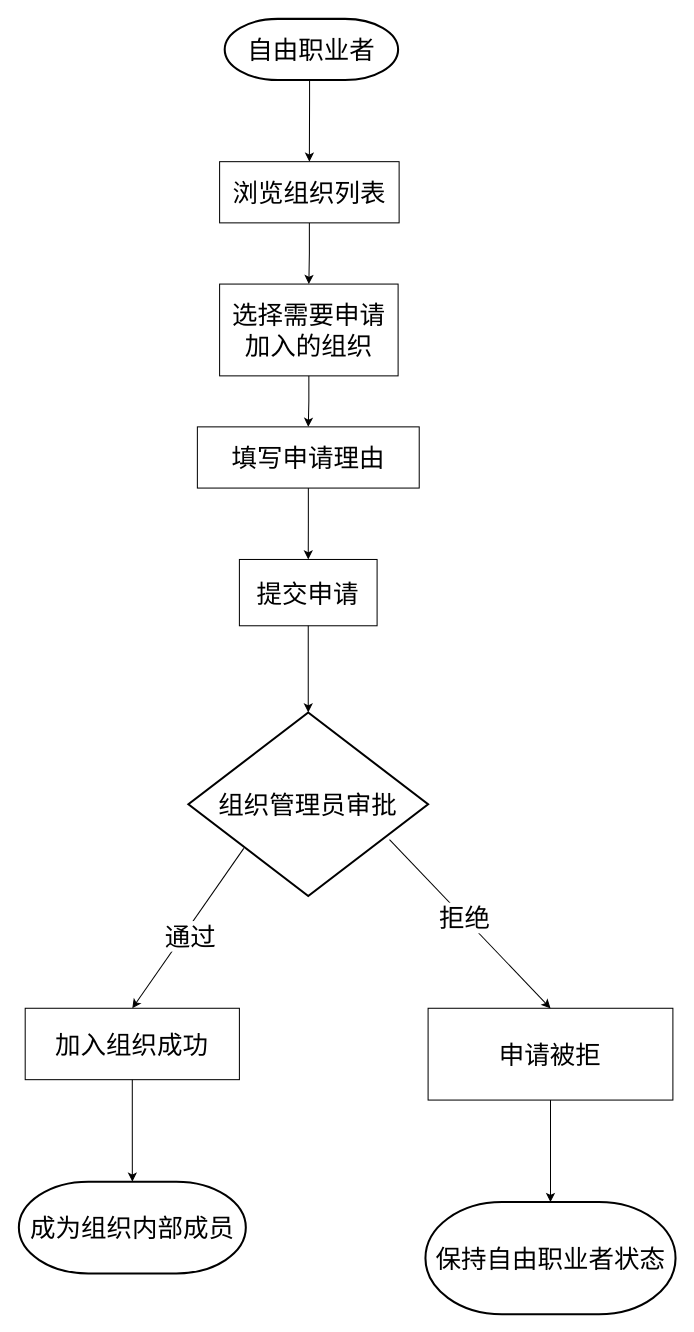
Before: 未命名绘图.drawio in weligood/git-demo, a draw.io diagram. Source tidied: cells renumbered, new cells numbered last; positions are measured from the earlier drawing's top-left corner, leaving out a move shared by most shapes. Both pictures are drawn from the tidied source at 102%, with x=0, y=0 at pixel (18, 18).
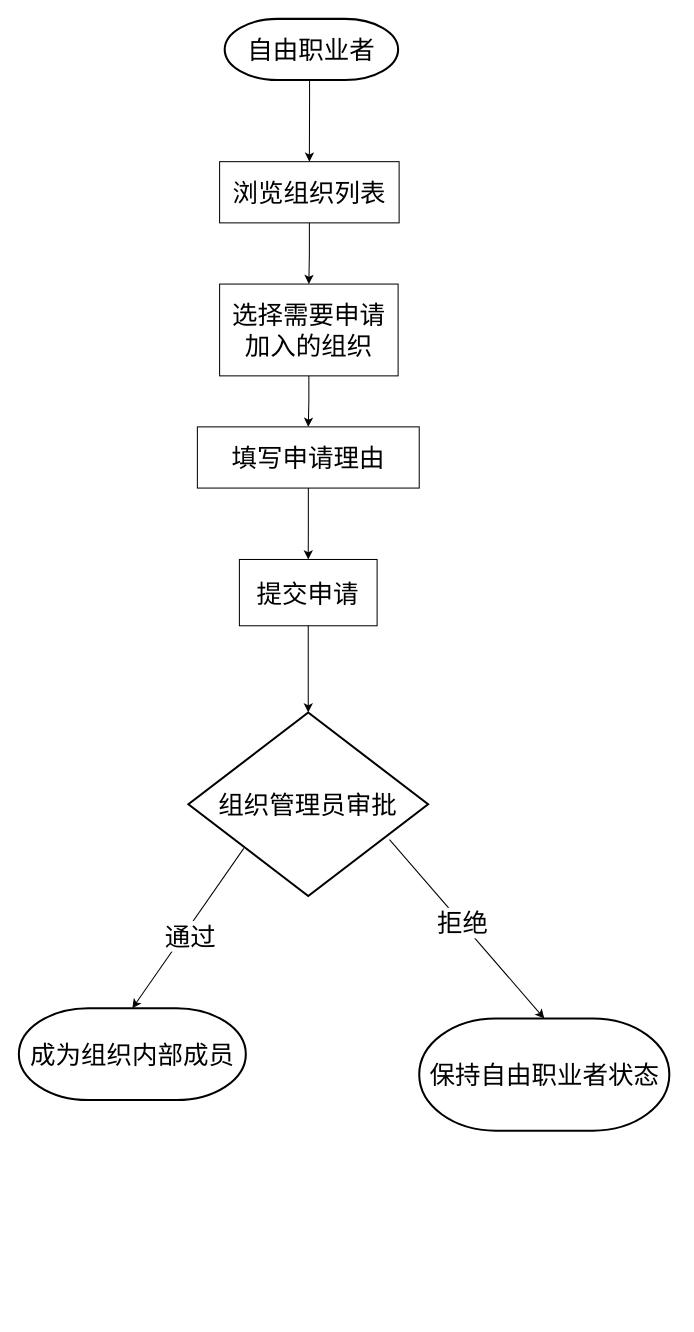
After the change.

Commit message:
更新未命名绘图.drawio

Unchanged cells that the change refers to:
```xml
<mxCell id="9" value="&lt;font style=&quot;font-size: 25px;&quot;&gt;组织管理员审批&lt;/font&gt;" style="strokeWidth=2;html=1;shape=mxgraph.flowchart.decision;whiteSpace=wrap;" parent="1" vertex="1">
  <mxGeometry x="166.2" y="680" width="235" height="180" as="geometry" />
</mxCell>
```

Diff of the diagram source:
```diff
@@
-    <mxCell id="11" value="&lt;font style=&quot;font-size: 25px;&quot;&gt;加入组织成功&lt;/font&gt;" style="rounded=0;whiteSpace=wrap;html=1;" parent="1" vertex="1">
-      <mxGeometry x="6.2" y="970" width="210" height="70" as="geometry" />
-    </mxCell>
-    <mxCell id="12" style="endArrow=classic;html=1;rounded=0;exitX=0.231;exitY=0.74;exitDx=0;exitDy=0;exitPerimeter=0;entryX=0.5;entryY=0;entryDx=0;entryDy=0;" parent="1" edge="1" source="9" target="11">
+    <mxCell id="12" style="endArrow=classic;html=1;rounded=0;exitX=0.231;exitY=0.74;exitDx=0;exitDy=0;exitPerimeter=0;entryX=0.5;entryY=0;entryDx=0;entryDy=0;entryPerimeter=0;" parent="1" edge="1" source="9" target="17">
       <mxGeometry relative="1" as="geometry" />
     </mxCell>
@@
-    <mxCell id="14" value="&lt;font style=&quot;font-size: 25px;&quot;&gt;申请被拒&lt;/font&gt;" style="rounded=0;whiteSpace=wrap;html=1;" parent="1" vertex="1">
-      <mxGeometry x="401.2" y="970" width="240" height="90" as="geometry" />
-    </mxCell>
-    <mxCell id="15" style="endArrow=classic;html=1;rounded=0;exitX=0.839;exitY=0.693;exitDx=0;exitDy=0;exitPerimeter=0;entryX=0.5;entryY=0;entryDx=0;entryDy=0;" parent="1" edge="1" source="9" target="14">
+    <mxCell id="15" style="endArrow=classic;html=1;rounded=0;exitX=0.839;exitY=0.693;exitDx=0;exitDy=0;exitPerimeter=0;entryX=0.5;entryY=0;entryDx=0;entryDy=0;entryPerimeter=0;" parent="1" edge="1" source="9" target="19">
       <mxGeometry relative="1" as="geometry" />
     </mxCell>
@@
     <mxCell id="17" value="&lt;font style=&quot;font-size: 25px;&quot;&gt;成为组织内部成员&lt;/font&gt;" style="strokeWidth=2;html=1;shape=mxgraph.flowchart.terminator;whiteSpace=wrap;" parent="1" vertex="1">
-      <mxGeometry y="1140" width="222.5" height="90" as="geometry" />
+      <mxGeometry y="970" width="222.5" height="90" as="geometry" />
     </mxCell>
-    <mxCell id="18" style="edgeStyle=orthogonalEdgeStyle;rounded=0;jettySize=auto;html=1;entryX=0.5;entryY=0;entryDx=0;entryDy=0;entryPerimeter=0;" parent="1" edge="1" source="11" target="17">
-      <mxGeometry relative="1" as="geometry" />
-    </mxCell>
     <mxCell id="19" value="&lt;font style=&quot;font-size: 25px;&quot;&gt;保持自由职业者状态&lt;/font&gt;" style="strokeWidth=2;html=1;shape=mxgraph.flowchart.terminator;whiteSpace=wrap;" parent="1" vertex="1">
-      <mxGeometry x="398.6" y="1160" width="245.2" height="110" as="geometry" />
+      <mxGeometry x="392.5" y="980" width="245.2" height="110" as="geometry" />
     </mxCell>
@@
-    <mxCell id="22" style="edgeStyle=orthogonalEdgeStyle;rounded=0;jettySize=auto;html=1;entryX=0.5;entryY=0;entryDx=0;entryDy=0;entryPerimeter=0;" parent="1" edge="1" source="14" target="19">
-      <mxGeometry relative="1" as="geometry" />
-    </mxCell>
```
